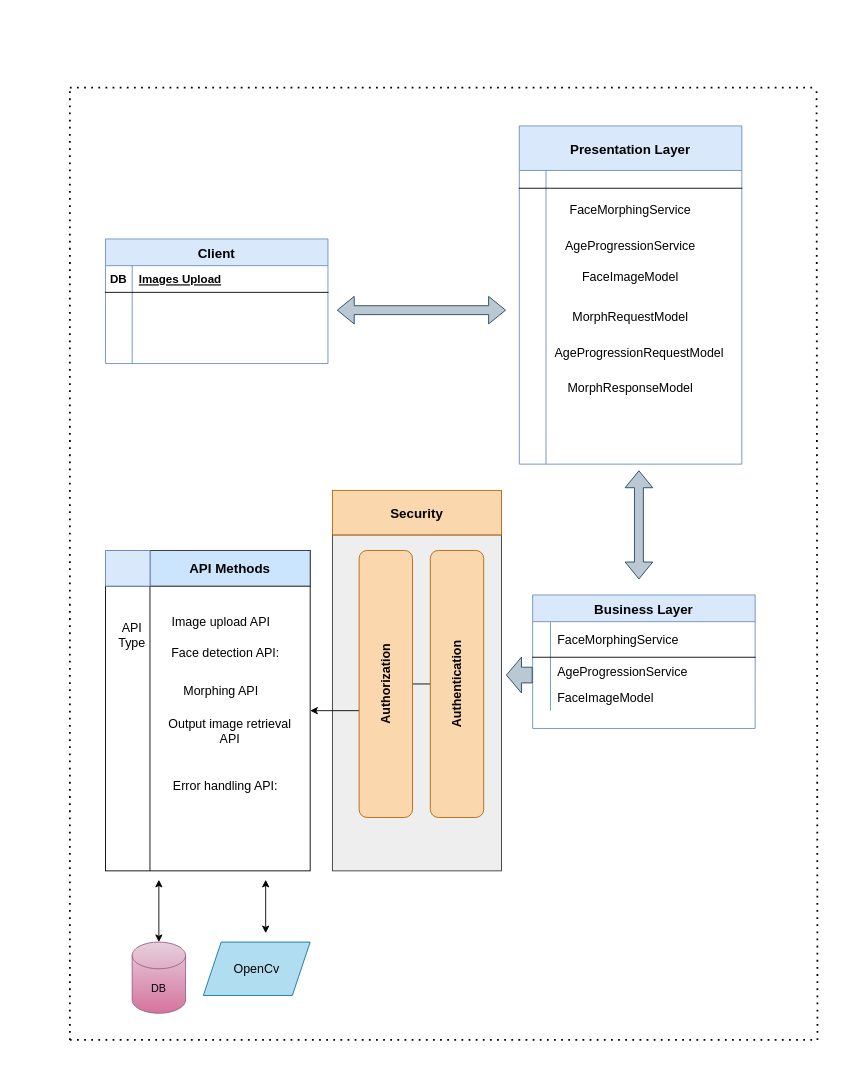
Earlier version of the draw.io diagram Untitled Diagram.drawio (Abhishekc18/shiny-couscous). Source tidied: cells renumbered, new cells numbered last; positions are measured from the earlier drawing's top-left corner, leaving out a move shared by most shapes. Both pictures are drawn from the tidied source at 89%, with x=0, y=0 at pixel (69, 87).
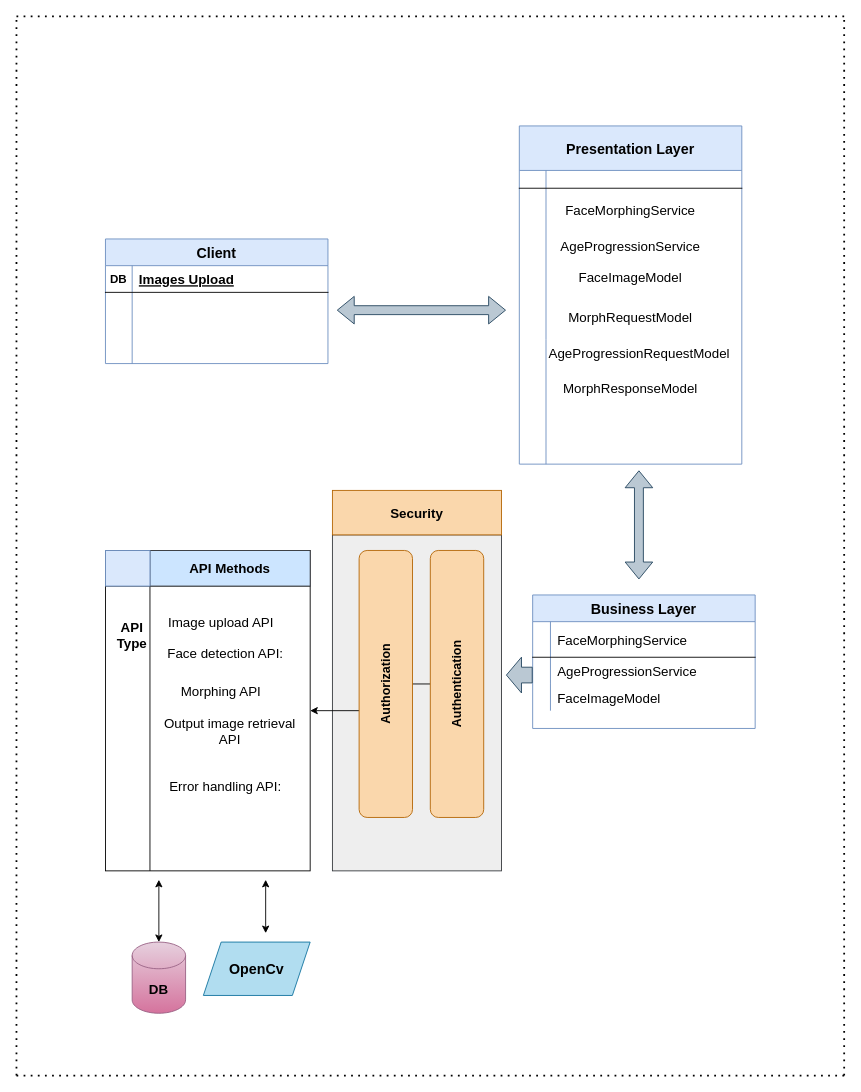
The same diagram, later.

Unchanged cells that the change refers to:
```xml
<mxCell id="4" style="shape=partialRectangle;fillColor=none;top=0;left=0;right=0;bottom=1;" parent="3" vertex="1">
  <mxGeometry y="30" width="250" height="40" as="geometry" />
</mxCell>
<mxCell id="7" style="shape=partialRectangle;fillColor=none;top=0;left=0;right=0;bottom=0;" parent="3" vertex="1">
  <mxGeometry y="70" width="250" height="30" as="geometry" />
</mxCell>
<mxCell id="10" style="shape=partialRectangle;fillColor=none;top=0;left=0;right=0;bottom=0;" parent="3" vertex="1">
  <mxGeometry y="100" width="250" height="30" as="geometry" />
</mxCell>
<mxCell id="14" style="shape=partialRectangle;fillColor=none;top=0;left=0;right=0;bottom=1;" parent="13" vertex="1">
  <mxGeometry y="30" width="250" height="30" as="geometry" />
</mxCell>
```

What changed in the source:
```diff
@@
-    <mxCell id="3" value="Business Layer" style="shape=table;startSize=30;childLayout=tableLayout;rowLines=0;fontStyle=1;align=center;fillColor=#dae8fc;strokeColor=#6c8ebf;fontSize=15;" parent="1" vertex="1">
+    <mxCell id="3" value="Business Layer" style="shape=table;startSize=30;childLayout=tableLayout;rowLines=0;fontStyle=1;align=center;fillColor=#dae8fc;strokeColor=#6c8ebf;fontSize=16;" parent="1" vertex="1">
       <mxGeometry x="520" y="570" width="250" height="150" as="geometry" />
     </mxCell>
@@
-    <mxCell id="6" value="FaceMorphingService" style="shape=partialRectangle;overflow=hidden;fillColor=none;top=0;left=0;bottom=0;right=0;align=left;spacingLeft=6;fontStyle=0;fontSize=14;" parent="4" vertex="1">
+    <mxCell id="6" value="FaceMorphingService" style="shape=partialRectangle;overflow=hidden;fillColor=none;top=0;left=0;bottom=0;right=0;align=left;spacingLeft=6;fontStyle=0;fontSize=15;" parent="4" vertex="1">
       <mxGeometry x="20" width="230" height="40" as="geometry" />
     </mxCell>
@@
-    <mxCell id="9" value="AgeProgressionService" style="shape=partialRectangle;overflow=hidden;fillColor=none;top=0;left=0;bottom=0;right=0;align=left;spacingLeft=6;fontStyle=0;fontSize=14;" parent="7" vertex="1">
+    <mxCell id="9" value="AgeProgressionService" style="shape=partialRectangle;overflow=hidden;fillColor=none;top=0;left=0;bottom=0;right=0;align=left;spacingLeft=6;fontStyle=0;fontSize=15;" parent="7" vertex="1">
       <mxGeometry x="20" width="230" height="30" as="geometry" />
     </mxCell>
@@
-    <mxCell id="12" value="FaceImageModel" style="shape=partialRectangle;overflow=hidden;fillColor=none;top=0;left=0;bottom=0;right=0;align=left;spacingLeft=6;fontStyle=0;fontSize=14;" parent="10" vertex="1">
+    <mxCell id="12" value="FaceImageModel" style="shape=partialRectangle;overflow=hidden;fillColor=none;top=0;left=0;bottom=0;right=0;align=left;spacingLeft=6;fontStyle=0;fontSize=15;" parent="10" vertex="1">
       <mxGeometry x="20" width="230" height="30" as="geometry" />
     </mxCell>
-    <mxCell id="13" value="Client" style="shape=table;startSize=30;childLayout=tableLayout;rowLines=0;fontStyle=1;align=center;fillColor=#dae8fc;strokeColor=#6c8ebf;fontSize=15;" parent="1" vertex="1">
+    <mxCell id="13" value="Client" style="shape=table;startSize=30;childLayout=tableLayout;rowLines=0;fontStyle=1;align=center;fillColor=#dae8fc;strokeColor=#6c8ebf;fontSize=16;" parent="1" vertex="1">
       <mxGeometry x="40" y="170" width="250" height="140" as="geometry" />
     </mxCell>
@@
-    <mxCell id="16" value="Images Upload" style="shape=partialRectangle;overflow=hidden;fillColor=none;top=0;left=0;bottom=0;right=0;align=left;spacingLeft=6;fontStyle=5;fontSize=13;" parent="14" vertex="1">
+    <mxCell id="16" value="Images Upload" style="shape=partialRectangle;overflow=hidden;fillColor=none;top=0;left=0;bottom=0;right=0;align=left;spacingLeft=6;fontStyle=5;fontSize=15;" parent="14" vertex="1">
       <mxGeometry x="30" width="220" height="30" as="geometry" />
     </mxCell>
@@
-    <mxCell id="20" value="DB" style="shape=cylinder3;whiteSpace=wrap;html=1;boundedLbl=1;backgroundOutline=1;size=15;fillColor=#e6d0de;gradientColor=#d5739d;strokeColor=#996185;" parent="1" vertex="1">
+    <mxCell id="20" value="&lt;b&gt;&lt;font style=&quot;font-size: 15px;&quot;&gt;DB&lt;/font&gt;&lt;/b&gt;" style="shape=cylinder3;whiteSpace=wrap;html=1;boundedLbl=1;backgroundOutline=1;size=15;fillColor=#e6d0de;gradientColor=#d5739d;strokeColor=#996185;" parent="1" vertex="1">
       <mxGeometry x="70" y="960" width="60" height="80" as="geometry" />
     </mxCell>
@@
-    <mxCell id="26" value="Face detection API:" style="text;html=1;strokeColor=none;fillColor=none;align=center;verticalAlign=middle;whiteSpace=wrap;rounded=0;fontSize=14;" parent="1" vertex="1">
+    <mxCell id="26" value="&lt;font style=&quot;font-size: 15px;&quot;&gt;Face detection API:&lt;/font&gt;" style="text;html=1;strokeColor=none;fillColor=none;align=center;verticalAlign=middle;whiteSpace=wrap;rounded=0;fontSize=14;" parent="1" vertex="1">
       <mxGeometry x="100" y="620" width="150" height="30" as="geometry" />
     </mxCell>
-    <mxCell id="27" value="&lt;font style=&quot;font-size: 14px;&quot;&gt;Image upload API&lt;/font&gt;" style="text;html=1;strokeColor=none;fillColor=none;align=center;verticalAlign=middle;whiteSpace=wrap;rounded=0;" parent="1" vertex="1">
+    <mxCell id="27" value="&lt;font style=&quot;font-size: 15px;&quot;&gt;Image upload API&lt;/font&gt;" style="text;html=1;strokeColor=none;fillColor=none;align=center;verticalAlign=middle;whiteSpace=wrap;rounded=0;" parent="1" vertex="1">
       <mxGeometry x="90" y="580" width="160" height="40" as="geometry" />
     </mxCell>
-    <mxCell id="28" value="&lt;font style=&quot;font-size: 14px;&quot;&gt;Morphing API&lt;/font&gt;" style="text;html=1;strokeColor=none;fillColor=none;align=center;verticalAlign=middle;whiteSpace=wrap;rounded=0;" parent="1" vertex="1">
+    <mxCell id="28" value="&lt;font style=&quot;font-size: 15px;&quot;&gt;Morphing API&lt;/font&gt;" style="text;html=1;strokeColor=none;fillColor=none;align=center;verticalAlign=middle;whiteSpace=wrap;rounded=0;" parent="1" vertex="1">
       <mxGeometry x="100" y="655" width="140" height="45" as="geometry" />
     </mxCell>
-    <mxCell id="29" value="&lt;font style=&quot;font-size: 14px;&quot;&gt;Output image retrieval API&lt;/font&gt;" style="text;html=1;strokeColor=none;fillColor=none;align=center;verticalAlign=middle;whiteSpace=wrap;rounded=0;" parent="1" vertex="1">
+    <mxCell id="29" value="&lt;font style=&quot;font-size: 15px;&quot;&gt;Output image retrieval API&lt;/font&gt;" style="text;html=1;strokeColor=none;fillColor=none;align=center;verticalAlign=middle;whiteSpace=wrap;rounded=0;" parent="1" vertex="1">
       <mxGeometry x="100" y="705" width="160" height="35" as="geometry" />
     </mxCell>
-    <mxCell id="30" value="&lt;font style=&quot;font-size: 14px;&quot;&gt;Error handling API:&lt;/font&gt;" style="text;html=1;strokeColor=none;fillColor=none;align=center;verticalAlign=middle;whiteSpace=wrap;rounded=0;" parent="1" vertex="1">
+    <mxCell id="30" value="&lt;font style=&quot;font-size: 15px;&quot;&gt;Error handling API:&lt;/font&gt;" style="text;html=1;strokeColor=none;fillColor=none;align=center;verticalAlign=middle;whiteSpace=wrap;rounded=0;" parent="1" vertex="1">
       <mxGeometry x="90" y="770" width="170" height="30" as="geometry" />
     </mxCell>
@@
-    <mxCell id="33" value="&lt;font style=&quot;font-size: 14px;&quot;&gt;API &lt;br&gt;Type&lt;/font&gt;" style="text;html=1;strokeColor=none;fillColor=none;align=center;verticalAlign=middle;whiteSpace=wrap;rounded=0;" parent="1" vertex="1">
+    <mxCell id="33" value="&lt;font style=&quot;font-size: 15px;&quot;&gt;&lt;b&gt;API &lt;br&gt;Type&lt;/b&gt;&lt;/font&gt;" style="text;html=1;strokeColor=none;fillColor=none;align=center;verticalAlign=middle;whiteSpace=wrap;rounded=0;" parent="1" vertex="1">
       <mxGeometry x="40" y="590" width="60" height="50" as="geometry" />
     </mxCell>
@@
-    <mxCell id="35" value="&lt;font style=&quot;font-size: 14px;&quot;&gt;OpenCv&lt;/font&gt;" style="shape=parallelogram;perimeter=parallelogramPerimeter;whiteSpace=wrap;html=1;fixedSize=1;fillColor=#b1ddf0;strokeColor=#10739e;" parent="1" vertex="1">
+    <mxCell id="35" value="&lt;font style=&quot;font-size: 16px;&quot;&gt;&lt;b&gt;OpenCv&lt;/b&gt;&lt;/font&gt;" style="shape=parallelogram;perimeter=parallelogramPerimeter;whiteSpace=wrap;html=1;fixedSize=1;fillColor=#b1ddf0;strokeColor=#10739e;" parent="1" vertex="1">
       <mxGeometry x="150" y="960" width="120" height="60" as="geometry" />
     </mxCell>
@@
-    <mxCell id="39" value="Presentation Layer" style="shape=table;startSize=50;childLayout=tableLayout;rowLines=0;fontStyle=1;align=center;labelBackgroundColor=none;fillColor=#dae8fc;strokeColor=#6c8ebf;fontSize=15;" parent="1" vertex="1">
+    <mxCell id="39" value="Presentation Layer" style="shape=table;startSize=50;childLayout=tableLayout;rowLines=0;fontStyle=1;align=center;labelBackgroundColor=none;fillColor=#dae8fc;strokeColor=#6c8ebf;fontSize=16;" parent="1" vertex="1">
       <mxGeometry x="505" y="43" width="250" height="380" as="geometry" />
     </mxCell>
@@
-    <mxCell id="52" value="&lt;font style=&quot;font-size: 14px;&quot;&gt;FaceMorphingService&lt;/font&gt;" style="text;html=1;strokeColor=none;fillColor=none;align=center;verticalAlign=middle;whiteSpace=wrap;rounded=0;" parent="1" vertex="1">
+    <mxCell id="52" value="&lt;font style=&quot;font-size: 15px;&quot;&gt;FaceMorphingService&lt;/font&gt;" style="text;html=1;strokeColor=none;fillColor=none;align=center;verticalAlign=middle;whiteSpace=wrap;rounded=0;" parent="1" vertex="1">
       <mxGeometry x="530" y="123" width="200" height="30" as="geometry" />
     </mxCell>
-    <mxCell id="53" value="&lt;font style=&quot;font-size: 14px;&quot;&gt;MorphResponseModel&lt;/font&gt;" style="text;html=1;strokeColor=none;fillColor=none;align=center;verticalAlign=middle;whiteSpace=wrap;rounded=0;" parent="1" vertex="1">
+    <mxCell id="53" value="&lt;font style=&quot;font-size: 15px;&quot;&gt;MorphResponseModel&lt;/font&gt;" style="text;html=1;strokeColor=none;fillColor=none;align=center;verticalAlign=middle;whiteSpace=wrap;rounded=0;" parent="1" vertex="1">
       <mxGeometry x="520" y="323" width="220" height="30" as="geometry" />
     </mxCell>
-    <mxCell id="54" value="&lt;font style=&quot;font-size: 14px;&quot;&gt;AgeProgressionRequestModel&lt;/font&gt;" style="text;html=1;strokeColor=none;fillColor=none;align=center;verticalAlign=middle;whiteSpace=wrap;rounded=0;" parent="1" vertex="1">
+    <mxCell id="54" value="&lt;font style=&quot;font-size: 15px;&quot;&gt;AgeProgressionRequestModel&lt;/font&gt;" style="text;html=1;strokeColor=none;fillColor=none;align=center;verticalAlign=middle;whiteSpace=wrap;rounded=0;" parent="1" vertex="1">
       <mxGeometry x="540" y="283" width="200" height="30" as="geometry" />
     </mxCell>
-    <mxCell id="55" value="&lt;font style=&quot;font-size: 14px;&quot;&gt;MorphRequestModel&lt;/font&gt;" style="text;html=1;strokeColor=none;fillColor=none;align=center;verticalAlign=middle;whiteSpace=wrap;rounded=0;" parent="1" vertex="1">
+    <mxCell id="55" value="&lt;font style=&quot;font-size: 15px;&quot;&gt;MorphRequestModel&lt;/font&gt;" style="text;html=1;strokeColor=none;fillColor=none;align=center;verticalAlign=middle;whiteSpace=wrap;rounded=0;" parent="1" vertex="1">
       <mxGeometry x="520" y="243" width="220" height="30" as="geometry" />
     </mxCell>
-    <mxCell id="56" value="&lt;font style=&quot;font-size: 14px;&quot;&gt;FaceImageModel&lt;/font&gt;" style="text;html=1;strokeColor=none;fillColor=none;align=center;verticalAlign=middle;whiteSpace=wrap;rounded=0;" parent="1" vertex="1">
+    <mxCell id="56" value="&lt;font style=&quot;font-size: 15px;&quot;&gt;FaceImageModel&lt;/font&gt;" style="text;html=1;strokeColor=none;fillColor=none;align=center;verticalAlign=middle;whiteSpace=wrap;rounded=0;" parent="1" vertex="1">
       <mxGeometry x="530" y="198" width="200" height="30" as="geometry" />
     </mxCell>
-    <mxCell id="57" value="&lt;font style=&quot;font-size: 14px;&quot;&gt;AgeProgressionService&lt;/font&gt;" style="text;html=1;strokeColor=none;fillColor=none;align=center;verticalAlign=middle;whiteSpace=wrap;rounded=0;" parent="1" vertex="1">
+    <mxCell id="57" value="&lt;font style=&quot;font-size: 15px;&quot;&gt;AgeProgressionService&lt;/font&gt;" style="text;html=1;strokeColor=none;fillColor=none;align=center;verticalAlign=middle;whiteSpace=wrap;rounded=0;" parent="1" vertex="1">
       <mxGeometry x="530" y="163" width="200" height="30" as="geometry" />
     </mxCell>
@@
     <mxCell id="59" style="endArrow=none;dashed=1;html=1;dashPattern=1 3;strokeWidth=2;rounded=0;" parent="1" edge="1">
       <mxGeometry relative="1" as="geometry">
-        <mxPoint y="1070" as="sourcePoint" />
-        <mxPoint as="targetPoint" />
+        <mxPoint x="-60" y="1110" as="sourcePoint" />
+        <mxPoint x="-60" y="-80" as="targetPoint" />
       </mxGeometry>
     </mxCell>
     <mxCell id="60" style="endArrow=none;dashed=1;html=1;dashPattern=1 3;strokeWidth=2;rounded=0;" parent="1" edge="1">
       <mxGeometry relative="1" as="geometry">
-        <mxPoint y="1070" as="sourcePoint" />
-        <mxPoint x="840" y="1070" as="targetPoint" />
+        <mxPoint x="-60" y="1110" as="sourcePoint" />
+        <mxPoint x="870" y="1110" as="targetPoint" />
       </mxGeometry>
     </mxCell>
     <mxCell id="61" style="endArrow=none;dashed=1;html=1;dashPattern=1 3;strokeWidth=2;rounded=0;" parent="1" edge="1">
       <mxGeometry relative="1" as="geometry">
-        <mxPoint as="sourcePoint" />
-        <mxPoint x="840" as="targetPoint" />
+        <mxPoint x="-60" y="-80" as="sourcePoint" />
+        <mxPoint x="870" y="-80" as="targetPoint" />
       </mxGeometry>
     </mxCell>
     <mxCell id="62" style="endArrow=none;dashed=1;html=1;dashPattern=1 3;strokeWidth=2;rounded=0;" parent="1" edge="1">
       <mxGeometry relative="1" as="geometry">
-        <mxPoint x="840" y="1070" as="sourcePoint" />
-        <mxPoint x="839" as="targetPoint" />
+        <mxPoint x="870" y="1110" as="sourcePoint" />
+        <mxPoint x="870" y="-80" as="targetPoint" />
       </mxGeometry>
     </mxCell>
```
